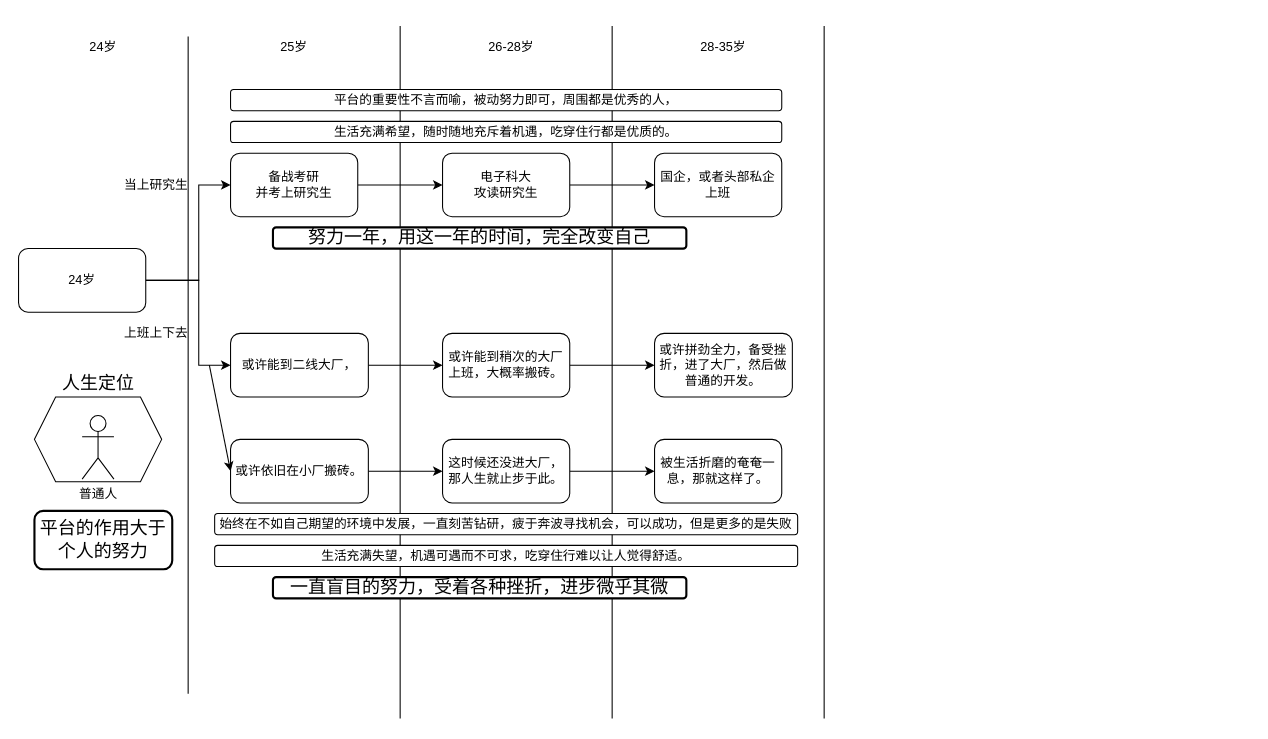
Earlier version of the draw.io diagram 利弊权衡极致版.drawio (EasternCabbage/draw.io). Source tidied: cells renumbered, new cells numbered last; positions are measured from the earlier drawing's top-left corner, leaving out a move shared by most shapes. Both pictures are drawn from the tidied source at 106%, with x=0, y=0 at pixel (18, 25).
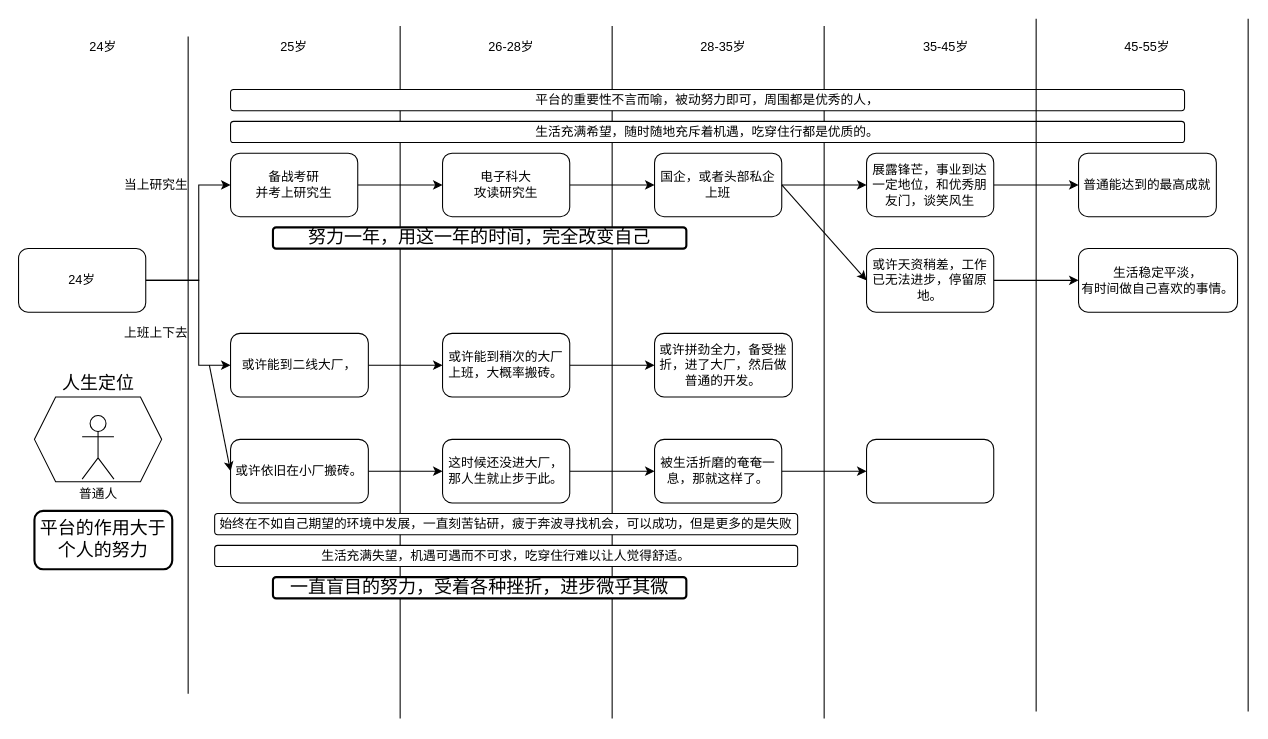
Above is the later version.

Commit message (it also covers changes not shown here):
Update 利弊权衡极致版.drawio

The change refers to these unchanged cells:
```xml
<mxCell id="19" value="国企，或者头部私企上班" style="whiteSpace=wrap;html=1;rounded=1;" parent="1" vertex="1">
  <mxGeometry x="600" y="120" width="120" height="60" as="geometry" />
</mxCell>
<mxCell id="28" value="&lt;span&gt;被生活折磨的奄奄一息，那就这样了。&lt;/span&gt;" style="whiteSpace=wrap;html=1;rounded=1;" parent="1" vertex="1">
  <mxGeometry x="600" y="390" width="120" height="60" as="geometry" />
</mxCell>
```

Diff of the diagram source:
```diff
@@
+    <mxCell id="41" style="edgeStyle=orthogonalEdgeStyle;rounded=0;jettySize=auto;html=1;fontSize=17;" parent="1" edge="1" source="19" target="44">
+      <mxGeometry relative="1" as="geometry" />
+    </mxCell>
@@
     <mxCell id="25" value="平台的重要性不言而喻，被动努力即可，周围都是优秀的人，" style="rounded=1;whiteSpace=wrap;html=1;" parent="1" vertex="1">
-      <mxGeometry x="200" y="60" width="520" height="20" as="geometry" />
+      <mxGeometry x="200" y="60" width="900" height="20" as="geometry" />
     </mxCell>
@@
+    <mxCell id="42" style="edgeStyle=orthogonalEdgeStyle;rounded=0;jettySize=auto;html=1;fontSize=17;" parent="1" edge="1" source="28" target="45">
+      <mxGeometry relative="1" as="geometry" />
+    </mxCell>
@@
     <mxCell id="38" value="生活充满希望，随时随地充斥着机遇，吃穿住行都是优质的。" style="rounded=1;whiteSpace=wrap;html=1;" parent="1" vertex="1">
-      <mxGeometry x="200" y="90" width="520" height="20" as="geometry" />
+      <mxGeometry x="200" y="90" width="900" height="20" as="geometry" />
     </mxCell>
@@
+    <mxCell id="43" style="edgeStyle=orthogonalEdgeStyle;rounded=0;jettySize=auto;html=1;fontSize=17;" parent="1" edge="1" source="44" target="53">
+      <mxGeometry relative="1" as="geometry" />
+    </mxCell>
+    <mxCell id="44" value="展露锋芒，事业到达一定地位，和优秀朋友门，谈笑风生" style="whiteSpace=wrap;html=1;rounded=1;" parent="1" vertex="1">
+      <mxGeometry x="800" y="120" width="120" height="60" as="geometry" />
+    </mxCell>
+    <mxCell id="45" style="whiteSpace=wrap;html=1;rounded=1;" parent="1" vertex="1">
+      <mxGeometry x="800" y="390" width="120" height="60" as="geometry" />
+    </mxCell>
+    <mxCell id="46" value="35-45岁" style="text;html=1;strokeColor=none;fillColor=none;align=center;verticalAlign=middle;whiteSpace=wrap;rounded=0;" parent="1" vertex="1">
+      <mxGeometry x="850" y="10" width="50" height="20" as="geometry" />
+    </mxCell>
+    <mxCell id="47" style="edgeStyle=orthogonalEdgeStyle;rounded=0;jettySize=auto;html=1;fontSize=17;" parent="1" edge="1" source="48" target="54">
+      <mxGeometry relative="1" as="geometry" />
+    </mxCell>
+    <mxCell id="48" value="或许天资稍差，工作已无法进步，停留原地。" style="whiteSpace=wrap;html=1;rounded=1;" parent="1" vertex="1">
+      <mxGeometry x="800" y="210" width="120" height="60" as="geometry" />
+    </mxCell>
+    <mxCell id="49" style="endArrow=classic;html=1;fontSize=17;exitX=1;exitY=0.5;exitDx=0;exitDy=0;entryX=0;entryY=0.5;entryDx=0;entryDy=0;" parent="1" edge="1" source="19" target="48">
+      <mxGeometry relative="1" as="geometry" />
+    </mxCell>
+    <mxCell id="50" style="endArrow=none;html=1;" parent="1" edge="1">
+      <mxGeometry relative="1" as="geometry">
+        <mxPoint x="960" y="646.7" as="sourcePoint" />
+        <mxPoint x="960" y="-6.7" as="targetPoint" />
+      </mxGeometry>
+    </mxCell>
+    <mxCell id="51" style="endArrow=none;html=1;" parent="1" edge="1">
+      <mxGeometry relative="1" as="geometry">
+        <mxPoint x="1160" y="646.7" as="sourcePoint" />
+        <mxPoint x="1160" y="-6.7" as="targetPoint" />
+      </mxGeometry>
+    </mxCell>
+    <mxCell id="52" value="45-55岁" style="text;html=1;strokeColor=none;fillColor=none;align=center;verticalAlign=middle;whiteSpace=wrap;rounded=0;" parent="1" vertex="1">
+      <mxGeometry x="1040" y="10" width="50" height="20" as="geometry" />
+    </mxCell>
+    <mxCell id="53" value="普通能达到的最高成就" style="whiteSpace=wrap;html=1;rounded=1;" parent="1" vertex="1">
+      <mxGeometry x="1000" y="120" width="130" height="60" as="geometry" />
+    </mxCell>
+    <mxCell id="54" value="生活稳定平淡，&lt;br&gt;有时间做自己喜欢的事情。" style="whiteSpace=wrap;html=1;rounded=1;" parent="1" vertex="1">
+      <mxGeometry x="1000" y="210" width="150" height="60" as="geometry" />
+    </mxCell>
```
